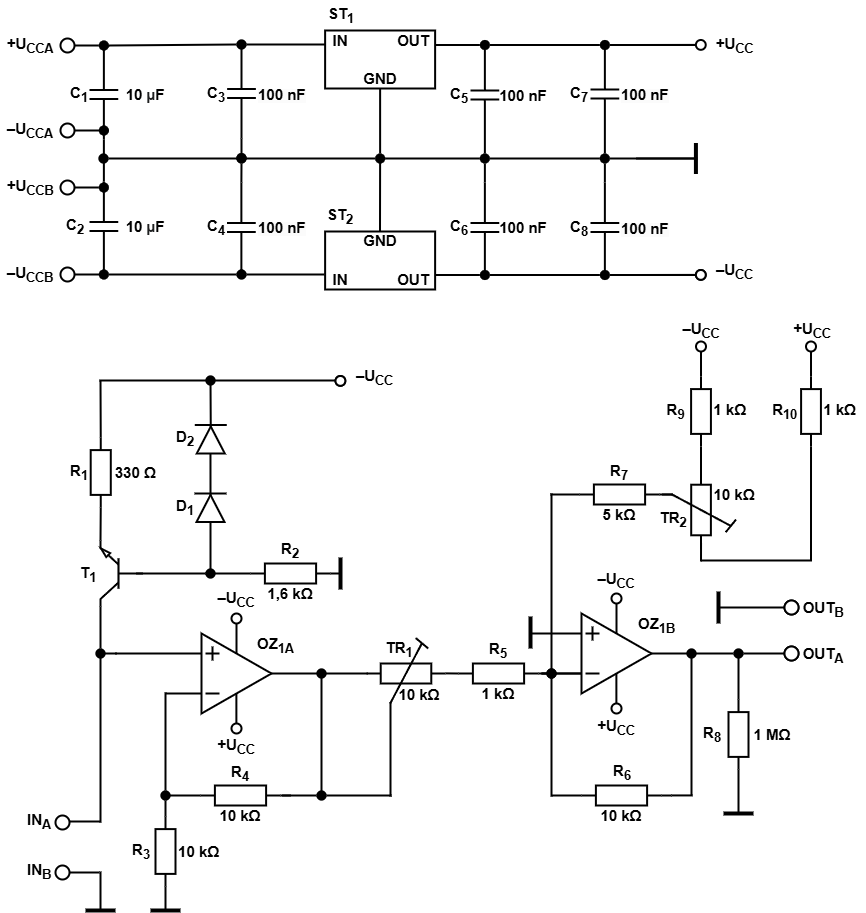
Above: PT100.drawio.png in MarosFandel/Digital-elektronics-1 (draw.io), before the change. Source tidied: cells renumbered, new cells last; positions are measured from the earlier drawing's top-left corner, leaving out a move shared by most shapes.
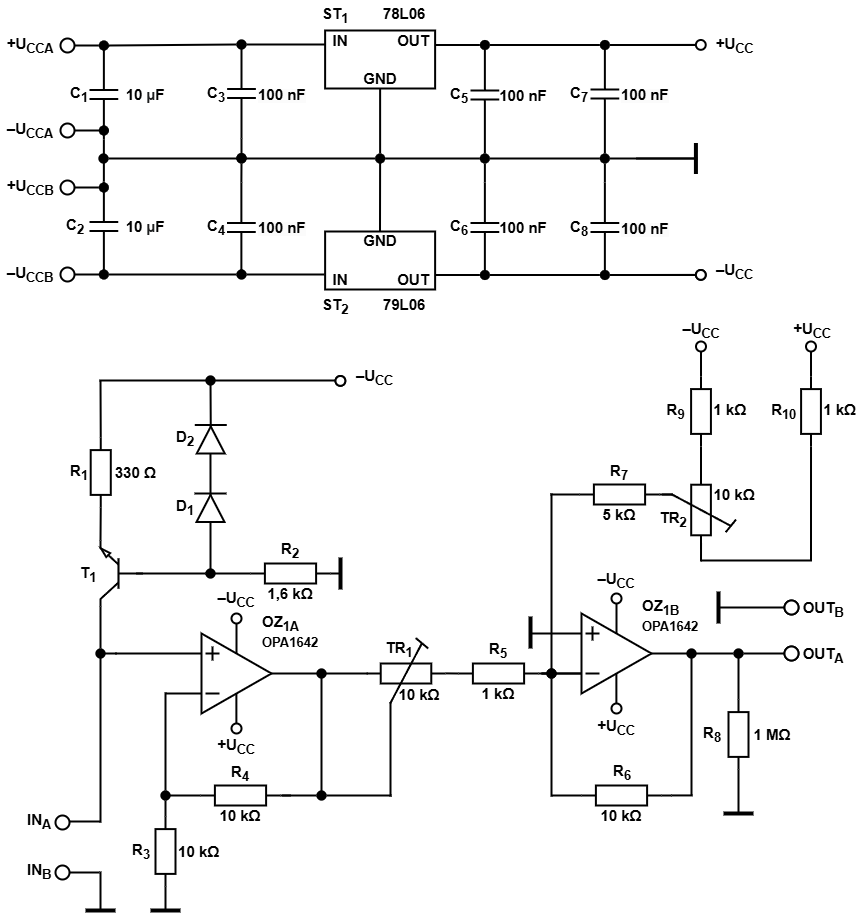
After the commit.

Change to the diagram source:
```diff
@@ -258,10 +258,10 @@
       <mxGeometry x="695.4" y="269.5" width="9.8" height="9.8" as="geometry" />
     </mxCell>
     <mxCell id="79" style="group;" parent="1" vertex="1">
-      <mxGeometry x="201" y="583" width="110" height="207" as="geometry" />
+      <mxGeometry x="201" y="583" width="119" height="207" as="geometry" />
     </mxCell>
     <mxCell id="80" style="group;" parent="79" vertex="1">
-      <mxGeometry y="50" width="110" height="80" as="geometry" />
+      <mxGeometry y="50" width="119" height="80" as="geometry" />
     </mxCell>
     <mxCell id="81" style="triangle;whiteSpace=wrap;html=1;strokeWidth=2;" parent="80" vertex="1">
       <mxGeometry width="70" height="80" as="geometry" />
@@ -301,6 +301,9 @@
         <mxPoint x="30.9" y="77" as="targetPoint" />
       </mxGeometry>
     </mxCell>
+    <mxCell id="287" value="&lt;b&gt;&lt;font style=&quot;font-size: 15px;&quot;&gt;OZ&lt;sub&gt;1A&lt;/sub&gt;&lt;/font&gt;&lt;/b&gt;&lt;div&gt;&lt;b&gt;&lt;font style=&quot;font-size: 13px;&quot;&gt;OPA1642&lt;/font&gt;&lt;/b&gt;&lt;/div&gt;" style="text;html=1;align=left;verticalAlign=middle;whiteSpace=wrap;rounded=0;" parent="80" vertex="1">
+      <mxGeometry x="59" y="-17" width="60" height="30" as="geometry" />
+    </mxCell>
     <mxCell id="87" style="endArrow=none;html=1;rounded=0;entryX=0.5;entryY=0;entryDx=0;entryDy=0;strokeWidth=2;" parent="79" edge="1" target="81">
       <mxGeometry relative="1" as="geometry">
         <mxPoint x="35" y="40" as="sourcePoint" />
@@ -318,9 +321,6 @@
     <mxCell id="91" value="&lt;font style=&quot;font-size: 15px;&quot;&gt;&lt;b&gt;+U&lt;sub style=&quot;&quot;&gt;CC&lt;/sub&gt;&lt;/b&gt;&lt;/font&gt;" style="text;html=1;align=center;verticalAlign=middle;whiteSpace=wrap;rounded=0;" parent="79" vertex="1">
       <mxGeometry x="5" y="143" width="60" height="40" as="geometry" />
     </mxCell>
-    <mxCell id="92" value="&lt;b&gt;&lt;font style=&quot;font-size: 15px;&quot;&gt;OZ&lt;sub&gt;1A&lt;/sub&gt;&lt;/font&gt;&lt;/b&gt;" style="text;html=1;align=left;verticalAlign=middle;whiteSpace=wrap;rounded=0;" parent="79" vertex="1">
-      <mxGeometry x="54" y="47" width="60" height="30" as="geometry" />
-    </mxCell>
     <mxCell id="93" value="&lt;b&gt;&lt;font style=&quot;font-size: 15px;&quot;&gt;R&lt;sub&gt;4&lt;/sub&gt;&lt;/font&gt;&lt;/b&gt;" style="text;html=1;align=center;verticalAlign=middle;whiteSpace=wrap;rounded=0;" parent="79" vertex="1">
       <mxGeometry x="9" y="175" width="60" height="30" as="geometry" />
     </mxCell>
@@ -544,10 +544,10 @@
       <mxGeometry x="471" y="534" width="382" height="314" as="geometry" />
     </mxCell>
     <mxCell id="152" style="group;" parent="151" vertex="1">
-      <mxGeometry x="110" y="29" width="109" height="180" as="geometry" />
+      <mxGeometry x="110" y="29" width="119" height="180" as="geometry" />
     </mxCell>
     <mxCell id="153" style="group;" parent="152" vertex="1">
-      <mxGeometry y="50" width="109" height="80" as="geometry" />
+      <mxGeometry y="50" width="119" height="80" as="geometry" />
     </mxCell>
     <mxCell id="154" style="triangle;whiteSpace=wrap;html=1;strokeWidth=2;" parent="153" vertex="1">
       <mxGeometry width="70" height="80" as="geometry" />
@@ -587,6 +587,9 @@
         <mxPoint x="30.9" y="77" as="targetPoint" />
       </mxGeometry>
     </mxCell>
+    <mxCell id="288" value="&lt;b&gt;&lt;font style=&quot;font-size: 15px;&quot;&gt;OZ&lt;sub&gt;1B&lt;/sub&gt;&lt;/font&gt;&lt;/b&gt;&lt;div&gt;&lt;b&gt;&lt;font style=&quot;font-size: 13px;&quot;&gt;OPA1642&lt;/font&gt;&lt;/b&gt;&lt;/div&gt;" style="text;html=1;align=left;verticalAlign=middle;whiteSpace=wrap;rounded=0;" parent="153" vertex="1">
+      <mxGeometry x="59" y="-13" width="60" height="30" as="geometry" />
+    </mxCell>
     <mxCell id="160" style="endArrow=none;html=1;rounded=0;entryX=0.5;entryY=0;entryDx=0;entryDy=0;strokeWidth=2;" parent="152" edge="1" target="154">
       <mxGeometry relative="1" as="geometry">
         <mxPoint x="35" y="40" as="sourcePoint" />
@@ -971,15 +974,6 @@
     <mxCell id="256" style="ellipse;whiteSpace=wrap;html=1;strokeWidth=2;" parent="1" vertex="1">
       <mxGeometry x="335" y="375.5" width="9.8" height="9.8" as="geometry" />
     </mxCell>
-    <mxCell id="257" value="&lt;span style=&quot;font-size: 15px;&quot;&gt;&lt;b&gt;ST&lt;sub&gt;1&lt;/sub&gt;&lt;/b&gt;&lt;/span&gt;" style="text;html=1;align=center;verticalAlign=middle;whiteSpace=wrap;rounded=0;" parent="1" vertex="1">
-      <mxGeometry x="311" width="60" height="30" as="geometry" />
-    </mxCell>
-    <mxCell id="258" value="&lt;b&gt;&lt;font style=&quot;font-size: 15px;&quot;&gt;OZ&lt;sub&gt;1B&lt;/sub&gt;&lt;/font&gt;&lt;/b&gt;" style="text;html=1;align=left;verticalAlign=middle;whiteSpace=wrap;rounded=0;" parent="1" vertex="1">
-      <mxGeometry x="636" y="610" width="60" height="30" as="geometry" />
-    </mxCell>
-    <mxCell id="259" value="&lt;span style=&quot;font-size: 15px;&quot;&gt;&lt;b&gt;ST&lt;sub&gt;2&lt;/sub&gt;&lt;/b&gt;&lt;/span&gt;" style="text;html=1;align=center;verticalAlign=middle;whiteSpace=wrap;rounded=0;" parent="1" vertex="1">
-      <mxGeometry x="310" y="201" width="60" height="30" as="geometry" />
-    </mxCell>
     <mxCell id="260" style="group;" parent="1" vertex="1">
       <mxGeometry x="549.4" y="39.5" width="140" height="123.5" as="geometry" />
     </mxCell>
@@ -1065,5 +1059,11 @@
     <mxCell id="286" value="&lt;font style=&quot;font-size: 15px;&quot;&gt;&lt;b&gt;–U&lt;sub style=&quot;&quot;&gt;CC&lt;/sub&gt;&lt;/b&gt;&lt;/font&gt;" style="text;html=1;align=center;verticalAlign=middle;whiteSpace=wrap;rounded=0;" parent="1" vertex="1">
       <mxGeometry x="586" y="560" width="60" height="40" as="geometry" />
     </mxCell>
+    <mxCell id="289" value="&lt;span style=&quot;font-size: 15px;&quot;&gt;&lt;b&gt;ST&lt;sub&gt;1&amp;nbsp; &amp;nbsp; &amp;nbsp; &amp;nbsp; &amp;nbsp;&amp;nbsp;&lt;/sub&gt;78L06&lt;/b&gt;&lt;/span&gt;" style="text;html=1;align=left;verticalAlign=middle;whiteSpace=wrap;rounded=0;" parent="1" vertex="1">
+      <mxGeometry x="320" width="110" height="30" as="geometry" />
+    </mxCell>
+    <mxCell id="290" value="&lt;span style=&quot;font-size: 15px;&quot;&gt;&lt;b&gt;ST&lt;/b&gt;&lt;/span&gt;&lt;b style=&quot;font-size: 15px; background-color: transparent; color: light-dark(rgb(0, 0, 0), rgb(255, 255, 255));&quot;&gt;&lt;sub&gt;2&amp;nbsp; &amp;nbsp; &amp;nbsp; &amp;nbsp; &amp;nbsp;&amp;nbsp;&lt;/sub&gt;79L06&lt;/b&gt;" style="text;html=1;align=left;verticalAlign=middle;whiteSpace=wrap;rounded=0;" parent="1" vertex="1">
+      <mxGeometry x="320" y="291" width="110" height="30" as="geometry" />
+    </mxCell>
   </root>
 </mxGraphModel>
```
